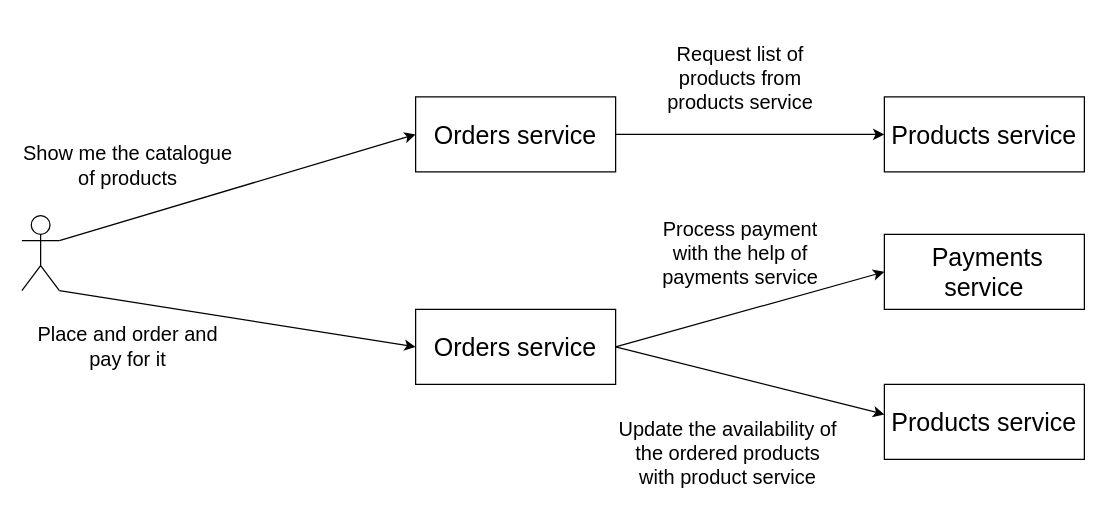
This is page "2.1" (1 of 12) of ch02.drawio from abunuwas/microservices-apis-img, a draw.io file, before an edit. Source tidied: cells renumbered, new cells numbered last; positions are measured from the earlier drawing's top-left corner, leaving out a move shared by most shapes. Both pictures are drawn from the tidied source at 125%, with x=0, y=0 at pixel (21, 21).
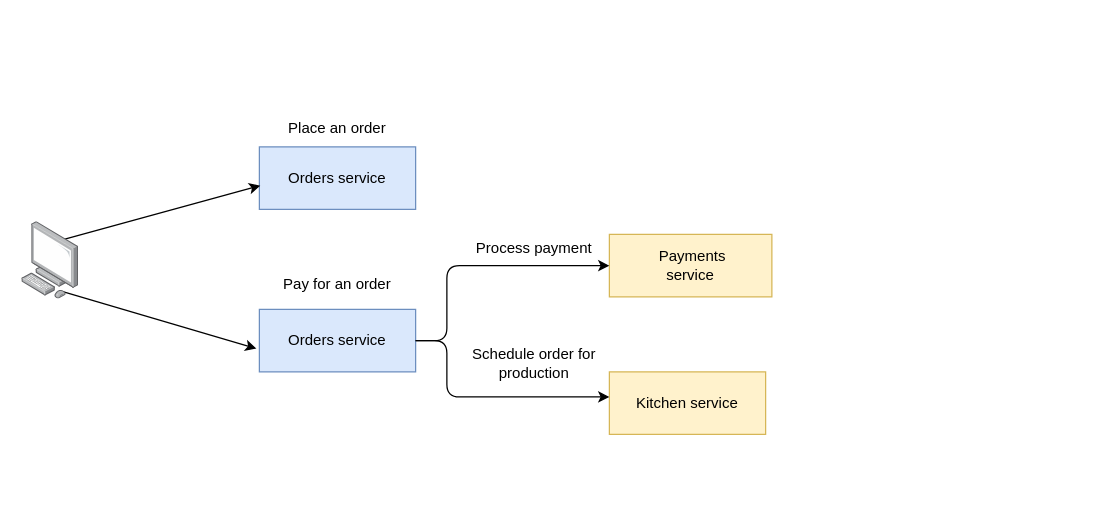
After the change.

What changed in the source:
```diff
@@
 <mxGraphModel>
   <root>
     <mxCell id="0" />
     <mxCell id="1" parent="0" />
-    <mxCell id="2" value="&lt;font&gt;&lt;span style=&quot;font-size: 20px&quot;&gt;Products service&lt;/span&gt;&lt;br&gt;&lt;/font&gt;" style="text;html=1;strokeColor=#000000;fillColor=none;align=center;verticalAlign=middle;whiteSpace=wrap;rounded=0;" parent="1" vertex="1">
-      <mxGeometry x="690" y="60" width="160" height="60" as="geometry" />
-    </mxCell>
-    <mxCell id="3" value="&lt;font&gt;&lt;span style=&quot;font-size: 20px&quot;&gt;Orders service&lt;/span&gt;&lt;br&gt;&lt;/font&gt;" style="text;html=1;strokeColor=#000000;fillColor=none;align=center;verticalAlign=middle;whiteSpace=wrap;rounded=0;" parent="1" vertex="1">
-      <mxGeometry x="315" y="60" width="160" height="60" as="geometry" />
+    <mxCell id="3" value="&lt;font&gt;&lt;font style=&quot;font-size: 12px&quot;&gt;Orders service&lt;/font&gt;&lt;br&gt;&lt;/font&gt;" style="text;html=1;strokeColor=#6c8ebf;fillColor=#dae8fc;align=center;verticalAlign=middle;whiteSpace=wrap;rounded=0;" parent="1" vertex="1">
+      <mxGeometry x="190" y="100" width="125" height="50" as="geometry" />
     </mxCell>
-    <mxCell id="4" value="&lt;font&gt;&lt;span style=&quot;font-size: 20px&quot;&gt;&amp;nbsp;Payments &lt;br&gt;service&lt;/span&gt;&lt;br&gt;&lt;/font&gt;" style="text;html=1;strokeColor=#000000;fillColor=none;align=center;verticalAlign=middle;whiteSpace=wrap;rounded=0;" parent="1" vertex="1">
-      <mxGeometry x="690" y="170" width="160" height="60" as="geometry" />
+    <mxCell id="4" value="&lt;font style=&quot;font-size: 12px&quot;&gt;&lt;span&gt;&amp;nbsp;Payments &lt;br&gt;service&lt;/span&gt;&lt;br&gt;&lt;/font&gt;" style="text;html=1;strokeColor=#d6b656;fillColor=#fff2cc;align=center;verticalAlign=middle;whiteSpace=wrap;rounded=0;" parent="1" vertex="1">
+      <mxGeometry x="470" y="170" width="130" height="50" as="geometry" />
     </mxCell>
-    <mxCell id="5" style="endArrow=classic;html=1;exitX=1;exitY=0.5;exitDx=0;exitDy=0;entryX=0;entryY=0.5;entryDx=0;entryDy=0;" parent="1" edge="1" source="3" target="2">
-      <mxGeometry relative="1" as="geometry" />
-    </mxCell>
-    <mxCell id="6" style="shape=umlActor;verticalLabelPosition=bottom;verticalAlign=top;html=1;outlineConnect=0;" parent="1" vertex="1">
-      <mxGeometry y="155" width="30" height="60" as="geometry" />
-    </mxCell>
-    <mxCell id="7" style="endArrow=classic;html=1;entryX=0;entryY=0.5;entryDx=0;entryDy=0;exitX=1;exitY=0.3333333333333333;exitDx=0;exitDy=0;exitPerimeter=0;" parent="1" edge="1" source="6" target="3">
-      <mxGeometry relative="1" as="geometry" />
+    <mxCell id="7" style="endArrow=classic;html=1;exitX=1;exitY=0.3333333333333333;exitDx=0;exitDy=0;exitPerimeter=0;entryX=0.006;entryY=0.62;entryDx=0;entryDy=0;entryPerimeter=0;" parent="1" edge="1" target="3">
+      <mxGeometry relative="1" as="geometry">
+        <mxPoint x="30" y="175" as="sourcePoint" />
+      </mxGeometry>
     </mxCell>
-    <mxCell id="8" value="&lt;font style=&quot;font-size: 16px&quot;&gt;Show me&amp;nbsp;the catalogue of products&lt;/font&gt;" style="text;html=1;strokeColor=none;fillColor=none;align=center;verticalAlign=middle;whiteSpace=wrap;rounded=0;" parent="1" vertex="1">
-      <mxGeometry y="80" width="170" height="70" as="geometry" />
+    <mxCell id="8" value="&lt;font style=&quot;font-size: 12px&quot;&gt;Place an order&lt;/font&gt;" style="text;html=1;strokeColor=none;fillColor=none;align=center;verticalAlign=middle;whiteSpace=wrap;rounded=0;" parent="1" vertex="1">
+      <mxGeometry x="200" y="70" width="105" height="30" as="geometry" />
     </mxCell>
-    <mxCell id="9" value="&lt;font&gt;&lt;span style=&quot;font-size: 20px&quot;&gt;Orders service&lt;/span&gt;&lt;br&gt;&lt;/font&gt;" style="text;html=1;strokeColor=#000000;fillColor=none;align=center;verticalAlign=middle;whiteSpace=wrap;rounded=0;" parent="1" vertex="1">
-      <mxGeometry x="315" y="230" width="160" height="60" as="geometry" />
+    <mxCell id="9" value="&lt;font&gt;&lt;font style=&quot;font-size: 12px&quot;&gt;Orders service&lt;/font&gt;&lt;br&gt;&lt;/font&gt;" style="text;html=1;strokeColor=#6c8ebf;fillColor=#dae8fc;align=center;verticalAlign=middle;whiteSpace=wrap;rounded=0;" parent="1" vertex="1">
+      <mxGeometry x="190" y="230" width="125" height="50" as="geometry" />
     </mxCell>
     <mxCell id="10" style="endArrow=classic;html=1;exitX=1;exitY=0.5;exitDx=0;exitDy=0;entryX=0;entryY=0.5;entryDx=0;entryDy=0;" parent="1" edge="1" source="9" target="4">
-      <mxGeometry relative="1" as="geometry" />
+      <mxGeometry relative="1" as="geometry">
+        <Array as="points">
+          <mxPoint x="340" y="255" />
+          <mxPoint x="340" y="195" />
+        </Array>
+      </mxGeometry>
     </mxCell>
-    <mxCell id="11" style="endArrow=classic;html=1;entryX=0;entryY=0.5;entryDx=0;entryDy=0;exitX=1;exitY=1;exitDx=0;exitDy=0;exitPerimeter=0;" parent="1" edge="1" source="6" target="9">
-      <mxGeometry relative="1" as="geometry" />
+    <mxCell id="11" style="endArrow=classic;html=1;entryX=-0.019;entryY=0.628;entryDx=0;entryDy=0;exitX=1;exitY=1;exitDx=0;exitDy=0;exitPerimeter=0;entryPerimeter=0;" parent="1" edge="1" target="9">
+      <mxGeometry relative="1" as="geometry">
+        <mxPoint x="30" y="215" as="sourcePoint" />
+      </mxGeometry>
     </mxCell>
-    <mxCell id="12" value="&lt;font style=&quot;font-size: 16px&quot;&gt;Place and order and pay for it&lt;/font&gt;" style="text;html=1;strokeColor=none;fillColor=none;align=center;verticalAlign=middle;whiteSpace=wrap;rounded=0;" parent="1" vertex="1">
-      <mxGeometry y="230" width="170" height="60" as="geometry" />
+    <mxCell id="12" value="&lt;font style=&quot;font-size: 12px&quot;&gt;Pay for an order&lt;/font&gt;" style="text;html=1;strokeColor=none;fillColor=none;align=center;verticalAlign=middle;whiteSpace=wrap;rounded=0;" parent="1" vertex="1">
+      <mxGeometry x="200" y="190" width="105" height="40" as="geometry" />
     </mxCell>
-    <mxCell id="13" value="&lt;span style=&quot;font-size: 16px&quot;&gt;Request list of products from products service&lt;/span&gt;" style="text;html=1;strokeColor=none;fillColor=none;align=center;verticalAlign=middle;whiteSpace=wrap;rounded=0;" parent="1" vertex="1">
-      <mxGeometry x="500" width="150" height="90" as="geometry" />
-    </mxCell>
-    <mxCell id="14" value="&lt;span style=&quot;font-size: 16px&quot;&gt;Process payment with the help of payments service&lt;/span&gt;" style="text;html=1;strokeColor=none;fillColor=none;align=center;verticalAlign=middle;whiteSpace=wrap;rounded=0;" parent="1" vertex="1">
-      <mxGeometry x="500" y="140" width="150" height="90" as="geometry" />
+    <mxCell id="14" value="&lt;font style=&quot;font-size: 12px&quot;&gt;Process payment&lt;/font&gt;" style="text;html=1;strokeColor=none;fillColor=none;align=center;verticalAlign=middle;whiteSpace=wrap;rounded=0;" parent="1" vertex="1">
+      <mxGeometry x="360" y="160" width="100" height="41.8" as="geometry" />
     </mxCell>
-    <mxCell id="15" value="&lt;font&gt;&lt;span style=&quot;font-size: 20px&quot;&gt;Products service&lt;/span&gt;&lt;br&gt;&lt;/font&gt;" style="text;html=1;strokeColor=#000000;fillColor=none;align=center;verticalAlign=middle;whiteSpace=wrap;rounded=0;" parent="1" vertex="1">
-      <mxGeometry x="690" y="290" width="160" height="60" as="geometry" />
+    <mxCell id="15" value="&lt;font&gt;&lt;font style=&quot;font-size: 12px&quot;&gt;Kitchen service&lt;/font&gt;&lt;br&gt;&lt;/font&gt;" style="text;html=1;strokeColor=#d6b656;fillColor=#fff2cc;align=center;verticalAlign=middle;whiteSpace=wrap;rounded=0;" parent="1" vertex="1">
+      <mxGeometry x="470" y="280" width="125" height="50" as="geometry" />
     </mxCell>
     <mxCell id="16" style="endArrow=classic;html=1;exitX=1;exitY=0.5;exitDx=0;exitDy=0;entryX=0;entryY=0.4;entryDx=0;entryDy=0;entryPerimeter=0;" parent="1" edge="1" source="9" target="15">
-      <mxGeometry relative="1" as="geometry" />
+      <mxGeometry relative="1" as="geometry">
+        <Array as="points">
+          <mxPoint x="340" y="255" />
+          <mxPoint x="340" y="300" />
+        </Array>
+      </mxGeometry>
     </mxCell>
-    <mxCell id="17" value="&lt;span style=&quot;font-size: 16px&quot;&gt;Update the availability of the ordered products with product service&lt;/span&gt;" style="text;html=1;strokeColor=none;fillColor=none;align=center;verticalAlign=middle;whiteSpace=wrap;rounded=0;" parent="1" vertex="1">
-      <mxGeometry x="475" y="300" width="180" height="90" as="geometry" />
+    <mxCell id="17" value="&lt;font style=&quot;font-size: 12px&quot;&gt;Schedule order for production&lt;/font&gt;" style="text;html=1;strokeColor=none;fillColor=none;align=center;verticalAlign=middle;whiteSpace=wrap;rounded=0;" parent="1" vertex="1">
+      <mxGeometry x="350" y="250" width="120" height="45" as="geometry" />
     </mxCell>
+    <mxCell id="18" style="html=1;align=center;shadow=0;dashed=0;image;image=img/lib/allied_telesis/computer_and_terminals/Personal_Computer.svg;" parent="1" vertex="1">
+      <mxGeometry y="160" width="45.6" height="61.8" as="geometry" />
+    </mxCell>
   </root>
 </mxGraphModel>
```
